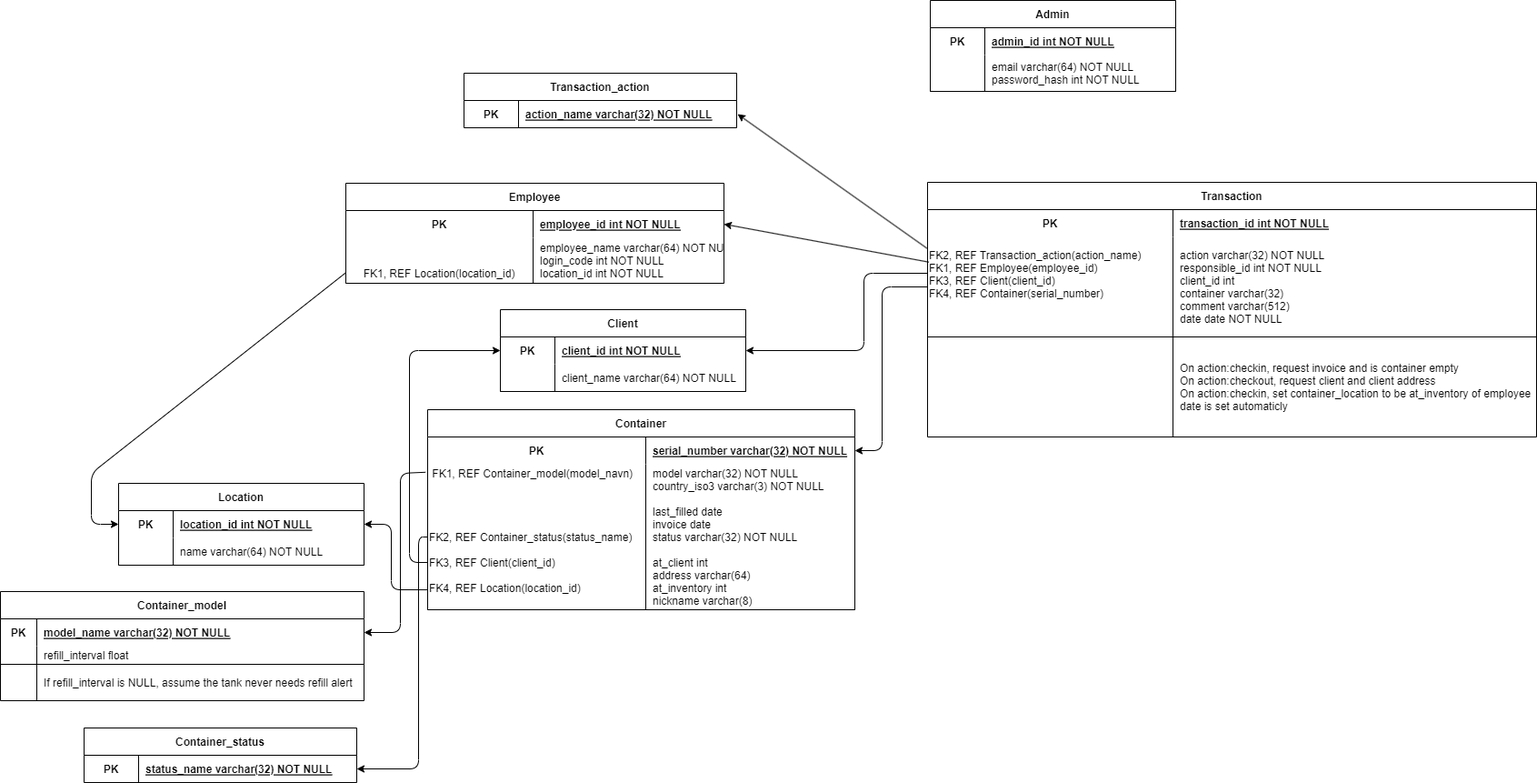
The draw.io diagram Documentation/Database/konseptuell modell v3eng.drawio.png in AxelJacobsen/Bachelor-thesis-2023_Cryogenetics, before a commit. Source tidied: cells renumbered, new cells last; positions are measured from the earlier drawing's top-left corner, leaving out a move shared by most shapes.
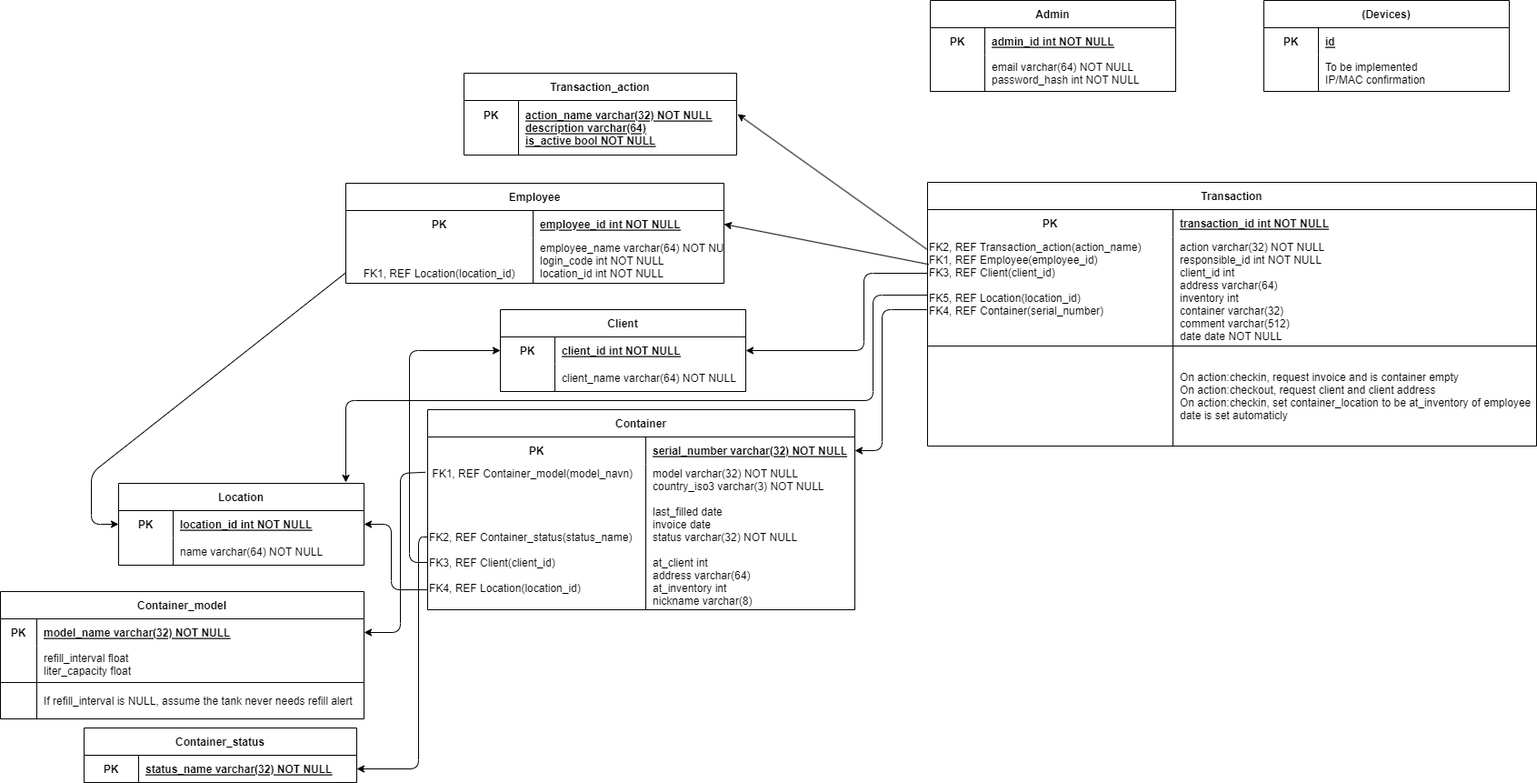
The same diagram one commit later.

Change to the diagram source:
```diff
@@ -3,7 +3,7 @@
     <mxCell id="0" />
     <mxCell id="1" parent="0" />
     <mxCell id="2" value="Transaction" style="shape=table;startSize=30;rowLines=0;fontStyle=1;align=center;" parent="1" vertex="1">
-      <mxGeometry x="1020" y="200" width="670" height="280" as="geometry" />
+      <mxGeometry x="1020" y="200" width="670" height="290" as="geometry" />
     </mxCell>
     <mxCell id="3" style="shape=tableRow;horizontal=0;startSize=0;swimlaneHead=0;swimlaneBody=0;fillColor=none;top=0;left=0;right=0;bottom=0;" parent="2" vertex="1">
       <mxGeometry y="30" width="670" height="30" as="geometry" />
@@ -15,16 +15,16 @@
       <mxGeometry x="270" width="400" height="30" as="geometry" />
     </mxCell>
     <mxCell id="6" style="shape=tableRow;horizontal=0;startSize=0;swimlaneHead=0;swimlaneBody=0;fillColor=none;points=[[0,0.5],[1,0.5]];portConstraint=eastwest;top=0;left=0;right=0;bottom=1;" parent="2" vertex="1">
-      <mxGeometry y="60" width="670" height="110" as="geometry" />
+      <mxGeometry y="60" width="670" height="120" as="geometry" />
     </mxCell>
-    <mxCell id="7" value="FK2, REF Transaction_action(action_name)&#10;FK1, REF Employee(employee_id)&#10;FK3, REF Client(client_id)&#10;FK4, REF Container(serial_number)&#10;&#10;" style="shape=partialRectangle;fillColor=none;top=0;left=0;bottom=0;right=0;fontStyle=0;overflow=hidden;align=left;" parent="6" vertex="1">
-      <mxGeometry width="270" height="110" as="geometry" />
+    <mxCell id="7" value="FK2, REF Transaction_action(action_name)&#10;FK1, REF Employee(employee_id)&#10;FK3, REF Client(client_id)&#10;&#10;FK5, REF Location(location_id)&#10;FK4, REF Container(serial_number)&#10;&#10;" style="shape=partialRectangle;fillColor=none;top=0;left=0;bottom=0;right=0;fontStyle=0;overflow=hidden;align=left;" parent="6" vertex="1">
+      <mxGeometry width="270" height="120" as="geometry" />
     </mxCell>
-    <mxCell id="8" value="action varchar(32) NOT NULL&#10;responsible_id int NOT NULL&#10;client_id int&#10;container varchar(32)&#10;comment varchar(512)&#10;date date NOT NULL" style="shape=partialRectangle;fillColor=none;top=0;left=0;bottom=0;right=0;align=left;spacingLeft=6;fontStyle=0;overflow=hidden;" parent="6" vertex="1">
-      <mxGeometry x="270" width="400" height="110" as="geometry" />
+    <mxCell id="8" value="action varchar(32) NOT NULL&#10;responsible_id int NOT NULL&#10;client_id int&#10;address varchar(64)&#10;inventory int&#10;container varchar(32)&#10;comment varchar(512)&#10;date date NOT NULL" style="shape=partialRectangle;fillColor=none;top=0;left=0;bottom=0;right=0;align=left;spacingLeft=6;fontStyle=0;overflow=hidden;" parent="6" vertex="1">
+      <mxGeometry x="270" width="400" height="120" as="geometry" />
     </mxCell>
     <mxCell id="9" style="shape=tableRow;horizontal=0;startSize=0;swimlaneHead=0;swimlaneBody=0;fillColor=none;top=0;left=0;right=0;bottom=0;" parent="2" vertex="1">
-      <mxGeometry y="170" width="670" height="110" as="geometry" />
+      <mxGeometry y="180" width="670" height="110" as="geometry" />
     </mxCell>
     <mxCell id="10" style="shape=partialRectangle;fillColor=none;top=0;left=0;bottom=0;right=0;overflow=hidden;" parent="9" vertex="1">
       <mxGeometry width="270" height="110" as="geometry" />
@@ -33,16 +33,16 @@
       <mxGeometry x="270" width="400" height="110" as="geometry" />
     </mxCell>
     <mxCell id="12" value="Transaction_action" style="shape=table;startSize=30;rowLines=0;fontStyle=1;align=center;" parent="1" vertex="1">
-      <mxGeometry x="510" y="80" width="300" height="60" as="geometry" />
+      <mxGeometry x="510" y="80" width="300" height="90" as="geometry" />
     </mxCell>
     <mxCell id="13" style="shape=tableRow;horizontal=0;startSize=0;swimlaneHead=0;swimlaneBody=0;fillColor=none;top=0;left=0;right=0;bottom=0;" parent="12" vertex="1">
-      <mxGeometry y="30" width="300" height="30" as="geometry" />
+      <mxGeometry y="30" width="300" height="60" as="geometry" />
     </mxCell>
-    <mxCell id="14" value="PK" style="shape=partialRectangle;fillColor=none;top=0;left=0;bottom=0;right=0;fontStyle=1;overflow=hidden;" parent="13" vertex="1">
-      <mxGeometry width="60" height="30" as="geometry" />
+    <mxCell id="14" value="PK&#10;&#10;" style="shape=partialRectangle;fillColor=none;top=0;left=0;bottom=0;right=0;fontStyle=1;overflow=hidden;" parent="13" vertex="1">
+      <mxGeometry width="60" height="60" as="geometry" />
     </mxCell>
-    <mxCell id="15" value="action_name varchar(32) NOT NULL" style="shape=partialRectangle;fillColor=none;top=0;left=0;bottom=0;right=0;align=left;spacingLeft=6;fontStyle=5;overflow=hidden;" parent="13" vertex="1">
-      <mxGeometry x="60" width="240" height="30" as="geometry" />
+    <mxCell id="15" value="action_name varchar(32) NOT NULL&#10;description varchar(64)&#10;is_active bool NOT NULL" style="shape=partialRectangle;fillColor=none;top=0;left=0;bottom=0;right=0;align=left;spacingLeft=6;fontStyle=5;overflow=hidden;" parent="13" vertex="1">
+      <mxGeometry x="60" width="240" height="60" as="geometry" />
     </mxCell>
     <mxCell id="16" value="Employee" style="shape=table;startSize=30;rowLines=0;fontStyle=1;align=center;" parent="1" vertex="1">
       <mxGeometry x="380" y="201" width="416" height="110" as="geometry" />
@@ -182,10 +182,10 @@
         </Array>
       </mxGeometry>
     </mxCell>
-    <mxCell id="56" style="endArrow=classic;html=1;rounded=1;entryX=1;entryY=0.5;entryDx=0;entryDy=0;exitX=0;exitY=0.5;exitDx=0;exitDy=0;" parent="1" edge="1" source="6" target="38">
+    <mxCell id="56" style="endArrow=classic;html=1;rounded=1;entryX=1;entryY=0.5;entryDx=0;entryDy=0;exitX=-0.001;exitY=0.667;exitDx=0;exitDy=0;exitPerimeter=0;" parent="1" edge="1" source="6" target="38">
       <mxGeometry relative="1" as="geometry">
         <Array as="points">
-          <mxPoint x="970" y="315" />
+          <mxPoint x="970" y="340" />
           <mxPoint x="970" y="495" />
         </Array>
       </mxGeometry>
@@ -227,7 +227,7 @@
       </mxGeometry>
     </mxCell>
     <mxCell id="64" value="Container_model" style="shape=table;startSize=30;rowLines=0;fontStyle=1;align=center;" parent="1" vertex="1">
-      <mxGeometry y="650" width="400" height="120" as="geometry" />
+      <mxGeometry y="650" width="400" height="140" as="geometry" />
     </mxCell>
     <mxCell id="65" style="shape=tableRow;horizontal=0;startSize=0;swimlaneHead=0;swimlaneBody=0;fillColor=none;points=[[0,0.5],[1,0.5]];portConstraint=eastwest;top=0;left=0;right=0;bottom=0;" parent="64" vertex="1">
       <mxGeometry y="30" width="400" height="30" as="geometry" />
@@ -239,16 +239,16 @@
       <mxGeometry x="40" width="360" height="30" as="geometry" />
     </mxCell>
     <mxCell id="68" style="shape=tableRow;horizontal=0;startSize=0;swimlaneHead=0;swimlaneBody=0;fillColor=none;top=0;left=0;right=0;bottom=1;" parent="64" vertex="1">
-      <mxGeometry y="60" width="400" height="20" as="geometry" />
+      <mxGeometry y="60" width="400" height="40" as="geometry" />
     </mxCell>
     <mxCell id="69" style="shape=partialRectangle;fillColor=none;top=0;left=0;bottom=0;right=0;fontStyle=0;overflow=hidden;align=left;" parent="68" vertex="1">
-      <mxGeometry width="40" height="20" as="geometry" />
+      <mxGeometry width="40" height="40" as="geometry" />
     </mxCell>
-    <mxCell id="70" value="refill_interval float" style="shape=partialRectangle;fillColor=none;top=0;left=0;bottom=0;right=0;align=left;spacingLeft=6;fontStyle=0;overflow=hidden;" parent="68" vertex="1">
-      <mxGeometry x="40" width="360" height="20" as="geometry" />
+    <mxCell id="70" value="refill_interval float&#10;liter_capacity float" style="shape=partialRectangle;fillColor=none;top=0;left=0;bottom=0;right=0;align=left;spacingLeft=6;fontStyle=0;overflow=hidden;" parent="68" vertex="1">
+      <mxGeometry x="40" width="360" height="40" as="geometry" />
     </mxCell>
     <mxCell id="71" style="shape=tableRow;horizontal=0;startSize=0;swimlaneHead=0;swimlaneBody=0;fillColor=none;top=0;left=0;right=0;bottom=0;" parent="64" vertex="1">
-      <mxGeometry y="80" width="400" height="40" as="geometry" />
+      <mxGeometry y="100" width="400" height="40" as="geometry" />
     </mxCell>
     <mxCell id="72" style="shape=partialRectangle;fillColor=none;top=0;left=0;bottom=0;right=0;overflow=hidden;" parent="71" vertex="1">
       <mxGeometry width="40" height="40" as="geometry" />
@@ -256,5 +256,37 @@
     <mxCell id="73" value="If refill_interval is NULL, assume the tank never needs refill alert" style="shape=partialRectangle;fillColor=none;top=0;left=0;bottom=0;right=0;align=left;spacingLeft=6;overflow=hidden;" parent="71" vertex="1">
       <mxGeometry x="40" width="360" height="40" as="geometry" />
     </mxCell>
+    <mxCell id="74" style="endArrow=classic;html=1;rounded=1;exitX=-0.001;exitY=0.667;exitDx=0;exitDy=0;exitPerimeter=0;" parent="1" edge="1">
+      <mxGeometry relative="1" as="geometry">
+        <mxPoint x="1020" y="324" as="sourcePoint" />
+        <mxPoint x="380" y="530" as="targetPoint" />
+        <Array as="points">
+          <mxPoint x="960" y="324" />
+          <mxPoint x="960" y="440" />
+          <mxPoint x="380" y="440" />
+        </Array>
+      </mxGeometry>
+    </mxCell>
+    <mxCell id="75" value="(Devices)" style="shape=table;startSize=30;rowLines=0;fontStyle=1;align=center;" parent="1" vertex="1">
+      <mxGeometry x="1390" width="270" height="100" as="geometry" />
+    </mxCell>
+    <mxCell id="76" style="shape=tableRow;horizontal=0;startSize=0;swimlaneHead=0;swimlaneBody=0;fillColor=none;top=0;left=0;right=0;bottom=0;" parent="75" vertex="1">
+      <mxGeometry y="30" width="270" height="30" as="geometry" />
+    </mxCell>
+    <mxCell id="77" value="PK" style="shape=partialRectangle;fillColor=none;top=0;left=0;bottom=0;right=0;fontStyle=1;overflow=hidden;" parent="76" vertex="1">
+      <mxGeometry width="60" height="30" as="geometry" />
+    </mxCell>
+    <mxCell id="78" value="id" style="shape=partialRectangle;fillColor=none;top=0;left=0;bottom=0;right=0;align=left;spacingLeft=6;fontStyle=5;overflow=hidden;" parent="76" vertex="1">
+      <mxGeometry x="60" width="210" height="30" as="geometry" />
+    </mxCell>
+    <mxCell id="79" style="shape=tableRow;horizontal=0;startSize=0;swimlaneHead=0;swimlaneBody=0;fillColor=none;top=0;left=0;right=0;bottom=1;" parent="75" vertex="1">
+      <mxGeometry y="60" width="270" height="40" as="geometry" />
+    </mxCell>
+    <mxCell id="80" value="&#10; " style="shape=partialRectangle;fillColor=none;top=0;left=0;bottom=0;right=0;fontStyle=0;overflow=hidden;" parent="79" vertex="1">
+      <mxGeometry width="60" height="40" as="geometry" />
+    </mxCell>
+    <mxCell id="81" value="To be implemented&#10;IP/MAC confirmation" style="shape=partialRectangle;fillColor=none;top=0;left=0;bottom=0;right=0;align=left;spacingLeft=6;fontStyle=0;overflow=hidden;" parent="79" vertex="1">
+      <mxGeometry x="60" width="210" height="40" as="geometry" />
+    </mxCell>
   </root>
 </mxGraphModel>
```
